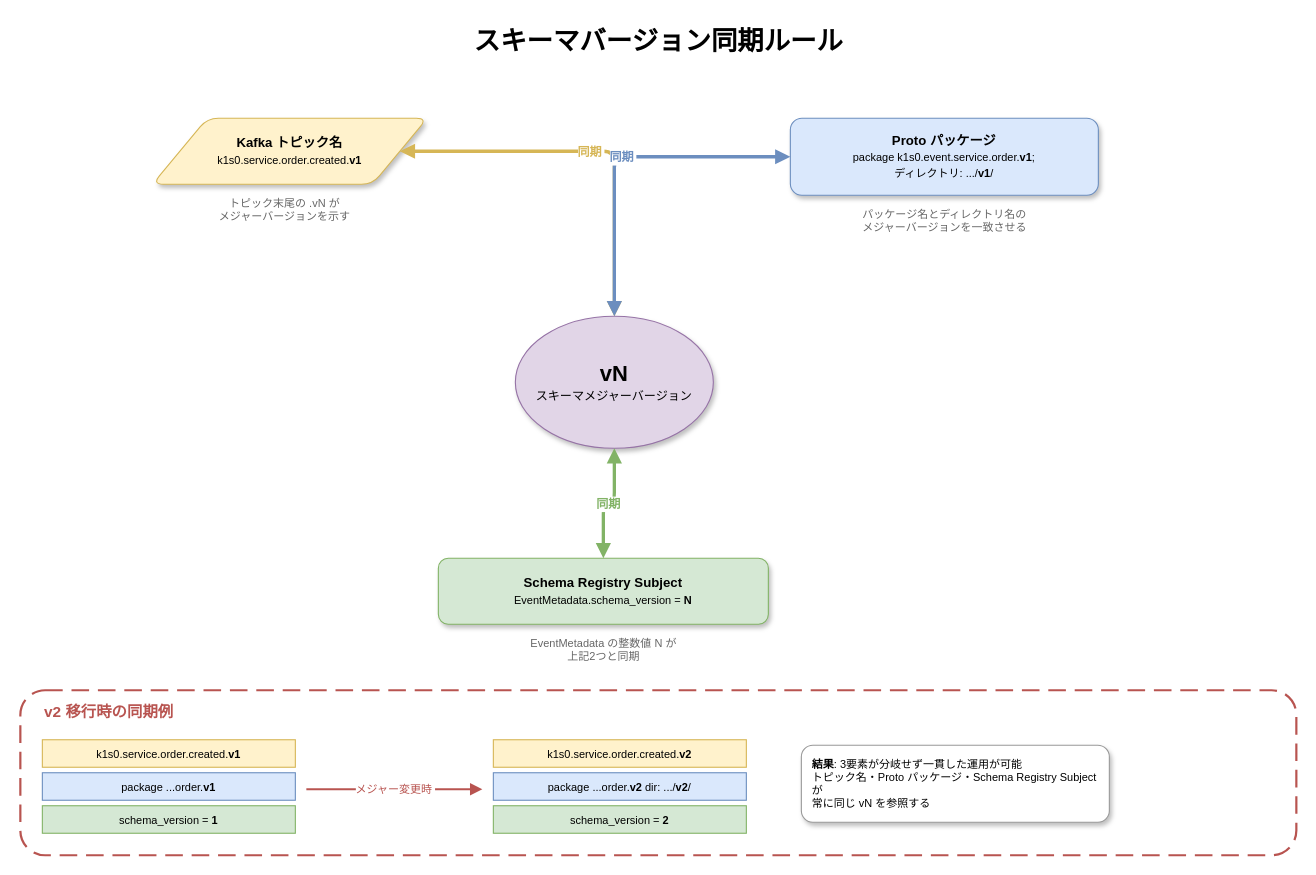
Earlier version of the draw.io diagram docs/architecture/messaging/images/messaging-schema-versioning.drawio (RyuheiKiso/k1s0). Source tidied: cells renumbered, new cells numbered last; positions are measured from the earlier drawing's top-left corner, leaving out a move shared by most shapes. Both pictures are drawn from the tidied source at 110%, with x=0, y=0 at pixel (20, 19).
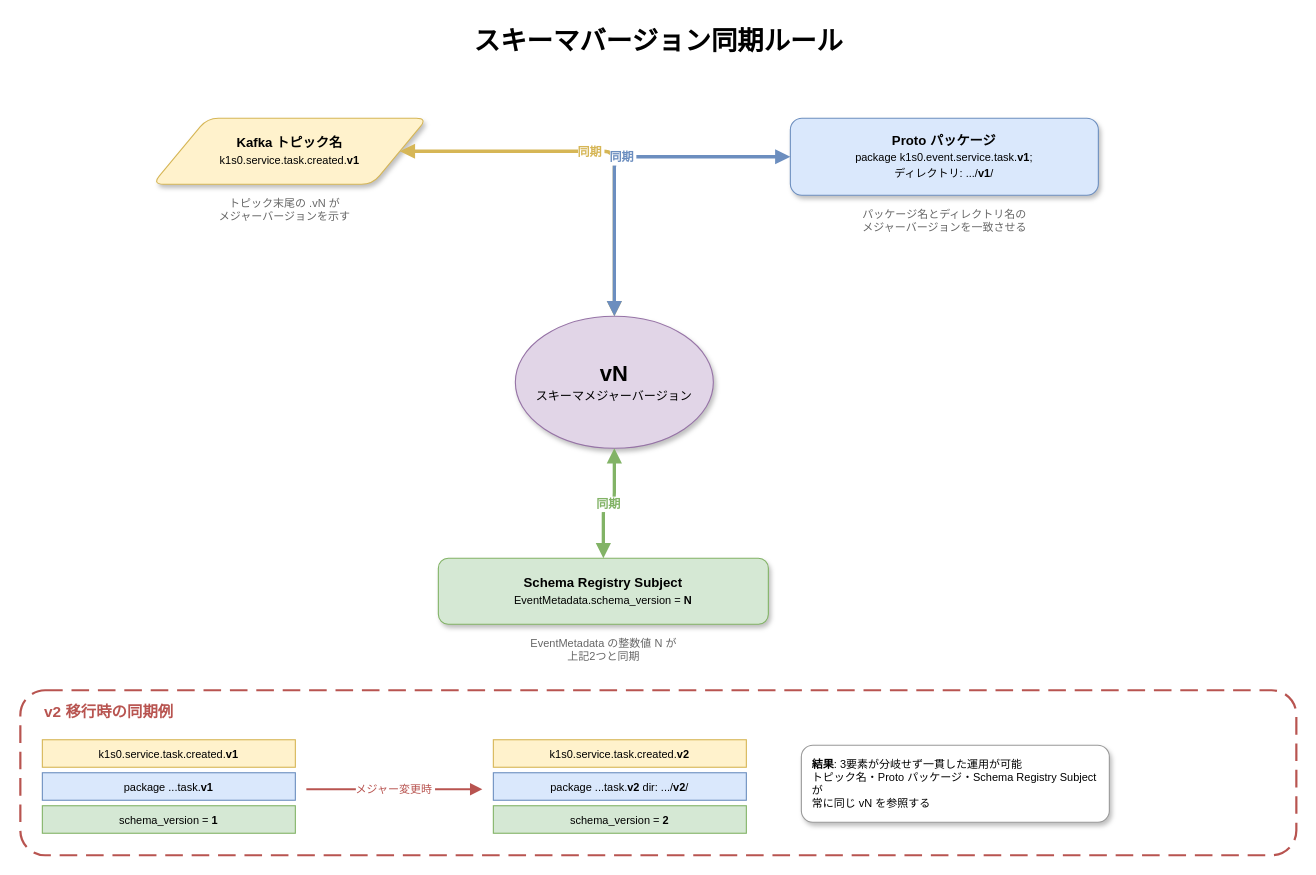
After the change.

Diff of the diagram source:
```diff
@@
-    <mxCell id="4" value="&lt;b&gt;Kafka トピック名&lt;/b&gt;&lt;br&gt;&lt;font style=&quot;font-size:10px&quot;&gt;k1s0.service.order.created.&lt;b&gt;v1&lt;/b&gt;&lt;/font&gt;" style="shape=parallelogram;perimeter=parallelogramPerimeter;whiteSpace=wrap;html=1;fontSize=12;fillColor=#FFF2CC;strokeColor=#D6B656;rounded=1;shadow=1;" parent="1" vertex="1">
+    <mxCell id="4" value="&lt;b&gt;Kafka トピック名&lt;/b&gt;&lt;br&gt;&lt;font style=&quot;font-size:10px&quot;&gt;k1s0.service.task.created.&lt;b&gt;v1&lt;/b&gt;&lt;/font&gt;" style="shape=parallelogram;perimeter=parallelogramPerimeter;whiteSpace=wrap;html=1;fontSize=12;fillColor=#FFF2CC;strokeColor=#D6B656;rounded=1;shadow=1;" parent="1" vertex="1">
       <mxGeometry x="120" y="90" width="250" height="60" as="geometry" />
     </mxCell>
@@
-    <mxCell id="6" value="&lt;b&gt;Proto パッケージ&lt;/b&gt;&lt;br&gt;&lt;font style=&quot;font-size:10px&quot;&gt;package k1s0.event.service.order.&lt;b&gt;v1&lt;/b&gt;;&lt;br&gt;ディレクトリ: .../&lt;b&gt;v1&lt;/b&gt;/&lt;/font&gt;" style="rounded=1;whiteSpace=wrap;html=1;fontSize=12;fillColor=#DAE8FC;strokeColor=#6C8EBF;shadow=1;" parent="1" vertex="1">
+    <mxCell id="6" value="&lt;b&gt;Proto パッケージ&lt;/b&gt;&lt;br&gt;&lt;font style=&quot;font-size:10px&quot;&gt;package k1s0.event.service.task.&lt;b&gt;v1&lt;/b&gt;;&lt;br&gt;ディレクトリ: .../&lt;b&gt;v1&lt;/b&gt;/&lt;/font&gt;" style="rounded=1;whiteSpace=wrap;html=1;fontSize=12;fillColor=#DAE8FC;strokeColor=#6C8EBF;shadow=1;" parent="1" vertex="1">
       <mxGeometry x="700" y="90" width="280" height="70" as="geometry" />
     </mxCell>
@@
-    <mxCell id="15" value="k1s0.service.order.created.&lt;b&gt;v1&lt;/b&gt;" style="rounded=0;whiteSpace=wrap;html=1;fontSize=10;fillColor=#FFF2CC;strokeColor=#D6B656;" parent="1" vertex="1">
+    <mxCell id="15" value="k1s0.service.task.created.&lt;b&gt;v1&lt;/b&gt;" style="rounded=0;whiteSpace=wrap;html=1;fontSize=10;fillColor=#FFF2CC;strokeColor=#D6B656;" parent="1" vertex="1">
       <mxGeometry x="20" y="655" width="230" height="25" as="geometry" />
     </mxCell>
-    <mxCell id="16" value="package ...order.&lt;b&gt;v1&lt;/b&gt;" style="rounded=0;whiteSpace=wrap;html=1;fontSize=10;fillColor=#DAE8FC;strokeColor=#6C8EBF;" parent="1" vertex="1">
+    <mxCell id="16" value="package ...task.&lt;b&gt;v1&lt;/b&gt;" style="rounded=0;whiteSpace=wrap;html=1;fontSize=10;fillColor=#DAE8FC;strokeColor=#6C8EBF;" parent="1" vertex="1">
       <mxGeometry x="20" y="685" width="230" height="25" as="geometry" />
     </mxCell>
@@
-    <mxCell id="19" value="k1s0.service.order.created.&lt;b&gt;v2&lt;/b&gt;" style="rounded=0;whiteSpace=wrap;html=1;fontSize=10;fillColor=#FFF2CC;strokeColor=#D6B656;" parent="1" vertex="1">
+    <mxCell id="19" value="k1s0.service.task.created.&lt;b&gt;v2&lt;/b&gt;" style="rounded=0;whiteSpace=wrap;html=1;fontSize=10;fillColor=#FFF2CC;strokeColor=#D6B656;" parent="1" vertex="1">
       <mxGeometry x="430" y="655" width="230" height="25" as="geometry" />
     </mxCell>
-    <mxCell id="20" value="package ...order.&lt;b&gt;v2&lt;/b&gt;  dir: .../&lt;b&gt;v2&lt;/b&gt;/" style="rounded=0;whiteSpace=wrap;html=1;fontSize=10;fillColor=#DAE8FC;strokeColor=#6C8EBF;" parent="1" vertex="1">
+    <mxCell id="20" value="package ...task.&lt;b&gt;v2&lt;/b&gt;  dir: .../&lt;b&gt;v2&lt;/b&gt;/" style="rounded=0;whiteSpace=wrap;html=1;fontSize=10;fillColor=#DAE8FC;strokeColor=#6C8EBF;" parent="1" vertex="1">
       <mxGeometry x="430" y="685" width="230" height="25" as="geometry" />
     </mxCell>
```
